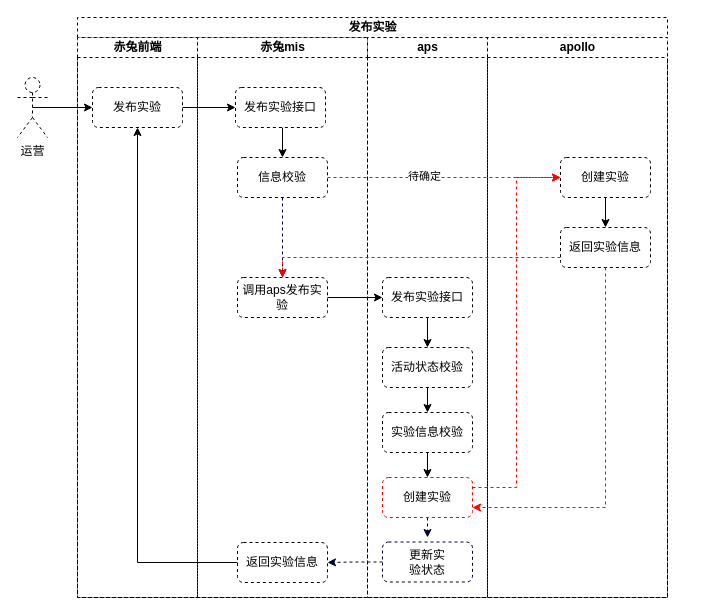
Above: page "发布实验" (9 of 10) of aps.drawio in songshiyun/drawio (draw.io), before the change. Source tidied: cells renumbered, new cells numbered last; positions are measured from the earlier drawing's top-left corner, leaving out a move shared by most shapes. Both pictures are drawn from the tidied source at 100%, with x=0, y=0 at pixel (17, 17).
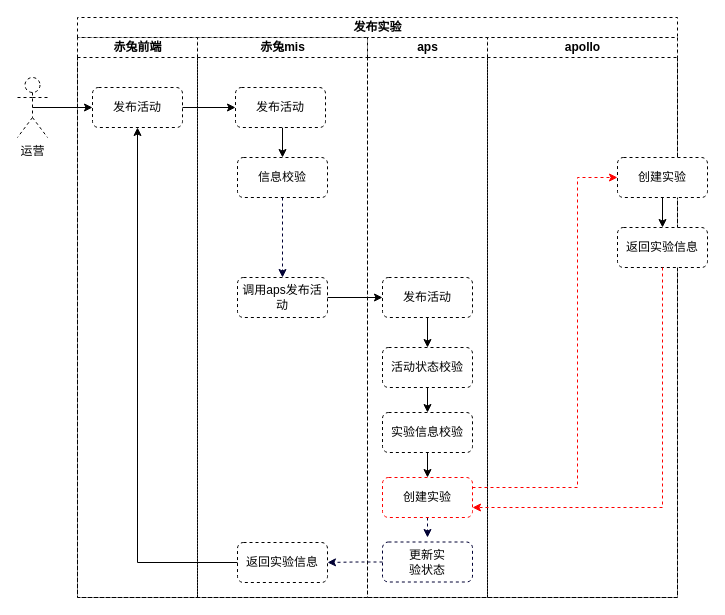
After the change.

The change refers to these unchanged cells:
```xml
<mxCell id="3" value="赤兔前端" style="swimlane;startSize=20;html=1;dashed=1;" parent="2" vertex="1">
  <mxGeometry y="20" width="120" height="560" as="geometry" />
</mxCell>
<mxCell id="5" value="赤兔mis" style="swimlane;startSize=20;html=1;dashed=1;" parent="2" vertex="1">
  <mxGeometry x="120" y="20" width="170" height="560" as="geometry" />
</mxCell>
<mxCell id="9" value="信息校验" style="rounded=1;whiteSpace=wrap;html=1;dashed=1;" parent="5" vertex="1">
  <mxGeometry x="40" y="120" width="90" height="40" as="geometry" />
</mxCell>
<mxCell id="12" value="aps" style="swimlane;startSize=20;html=1;dashed=1;" parent="2" vertex="1">
  <mxGeometry x="290" y="20" width="120" height="560" as="geometry" />
</mxCell>
<mxCell id="20" value="创建实验" style="rounded=1;whiteSpace=wrap;html=1;dashed=1;strokeColor=#FF0000;" parent="12" vertex="1">
  <mxGeometry x="15" y="440" width="90" height="40" as="geometry" />
</mxCell>
```

Change to the diagram source:
```diff
@@
     <mxCell id="2" value="发布实验" style="swimlane;startSize=20;html=1;dashed=1;" parent="1" vertex="1">
-      <mxGeometry x="60" width="590" height="580" as="geometry" />
+      <mxGeometry x="60" width="600" height="580" as="geometry" />
     </mxCell>
@@
-    <mxCell id="4" value="发布实验" style="rounded=1;whiteSpace=wrap;html=1;dashed=1;" parent="3" vertex="1">
+    <mxCell id="4" value="发布活动" style="rounded=1;whiteSpace=wrap;html=1;dashed=1;" parent="3" vertex="1">
       <mxGeometry x="15" y="50" width="90" height="40" as="geometry" />
     </mxCell>
@@
-    <mxCell id="7" value="发布实验接口" style="rounded=1;whiteSpace=wrap;html=1;dashed=1;" parent="5" vertex="1">
+    <mxCell id="7" value="发布活动" style="rounded=1;whiteSpace=wrap;html=1;dashed=1;" parent="5" vertex="1">
       <mxGeometry x="38" y="50" width="90" height="40" as="geometry" />
     </mxCell>
@@
-    <mxCell id="10" value="调用aps发布实验" style="rounded=1;whiteSpace=wrap;html=1;dashed=1;" parent="5" vertex="1">
+    <mxCell id="10" value="调用aps发布活动" style="rounded=1;whiteSpace=wrap;html=1;dashed=1;" parent="5" vertex="1">
       <mxGeometry x="40" y="240" width="90" height="40" as="geometry" />
     </mxCell>
@@
-    <mxCell id="14" value="发布实验接口" style="rounded=1;whiteSpace=wrap;html=1;dashed=1;" parent="12" vertex="1">
+    <mxCell id="14" value="发布活动" style="rounded=1;whiteSpace=wrap;html=1;dashed=1;" parent="12" vertex="1">
       <mxGeometry x="15" y="240" width="90" height="40" as="geometry" />
     </mxCell>
@@
     <mxCell id="22" value="apollo" style="swimlane;startSize=20;html=1;dashed=1;" parent="2" vertex="1">
-      <mxGeometry x="410" y="20" width="180" height="560" as="geometry" />
+      <mxGeometry x="410" y="20" width="190" height="560" as="geometry" />
     </mxCell>
@@
     <mxCell id="24" value="创建实验" style="rounded=1;whiteSpace=wrap;html=1;dashed=1;" parent="22" vertex="1">
-      <mxGeometry x="73" y="120" width="90" height="40" as="geometry" />
+      <mxGeometry x="130" y="120" width="90" height="40" as="geometry" />
     </mxCell>
     <mxCell id="25" value="返回实验信息" style="rounded=1;whiteSpace=wrap;html=1;dashed=1;" parent="22" vertex="1">
-      <mxGeometry x="73" y="190" width="90" height="40" as="geometry" />
+      <mxGeometry x="130" y="190" width="90" height="40" as="geometry" />
     </mxCell>
@@
-    <mxCell id="29" style="edgeStyle=orthogonalEdgeStyle;rounded=0;jettySize=auto;html=1;exitX=1;exitY=0.5;exitDx=0;exitDy=0;entryX=0;entryY=0.5;entryDx=0;entryDy=0;dashed=1;strokeColor=#FF0000;" parent="2" edge="1" source="9" target="24">
-      <mxGeometry relative="1" as="geometry" />
-    </mxCell>
-    <mxCell id="30" value="待确定" style="edgeLabel;html=1;align=center;verticalAlign=middle;" parent="29" vertex="1">
-      <mxGeometry x="-0.18" y="2" relative="1" as="geometry" />
-    </mxCell>
-    <mxCell id="31" style="edgeStyle=orthogonalEdgeStyle;rounded=0;jettySize=auto;html=1;exitX=0;exitY=0.75;exitDx=0;exitDy=0;entryX=0.5;entryY=0;entryDx=0;entryDy=0;dashed=1;strokeColor=#FF0000;" parent="2" edge="1" source="25" target="10">
-      <mxGeometry relative="1" as="geometry" />
-    </mxCell>
     <mxCell id="32" style="edgeStyle=orthogonalEdgeStyle;rounded=0;jettySize=auto;html=1;exitX=1;exitY=0.25;exitDx=0;exitDy=0;entryX=0;entryY=0.5;entryDx=0;entryDy=0;dashed=1;strokeColor=#FF0000;" parent="2" edge="1" source="20" target="24">
-      <mxGeometry relative="1" as="geometry" />
+      <mxGeometry relative="1" as="geometry">
+        <Array as="points">
+          <mxPoint x="500" y="470" />
+          <mxPoint x="500" y="160" />
+        </Array>
+      </mxGeometry>
     </mxCell>
```
